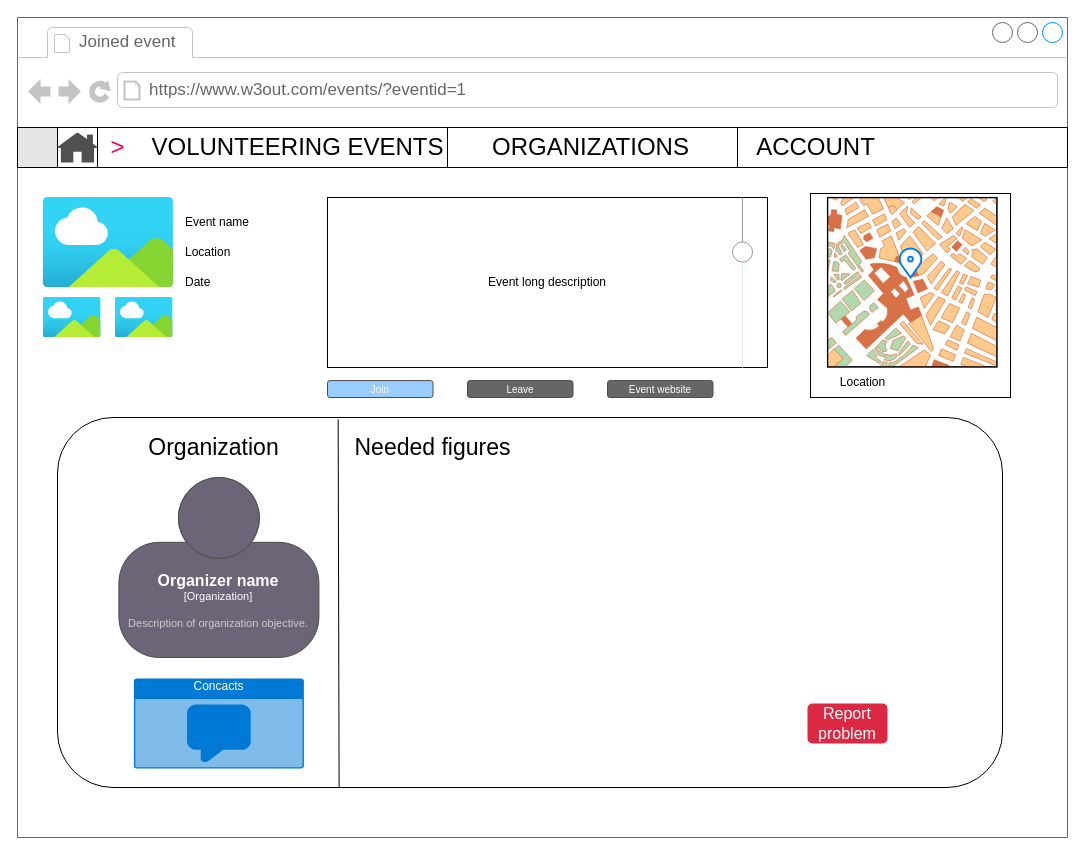
Earlier version of the draw.io diagram project/eventmockup.drawio (josura/HCI). Source tidied: cells renumbered, new cells numbered last; positions are measured from the earlier drawing's top-left corner, leaving out a move shared by most shapes. Both pictures are drawn from the tidied source at 100%, with x=0, y=0 at pixel (17, 17). Pictures stored in the file or linked from it are replaced by grey dashed boxes.
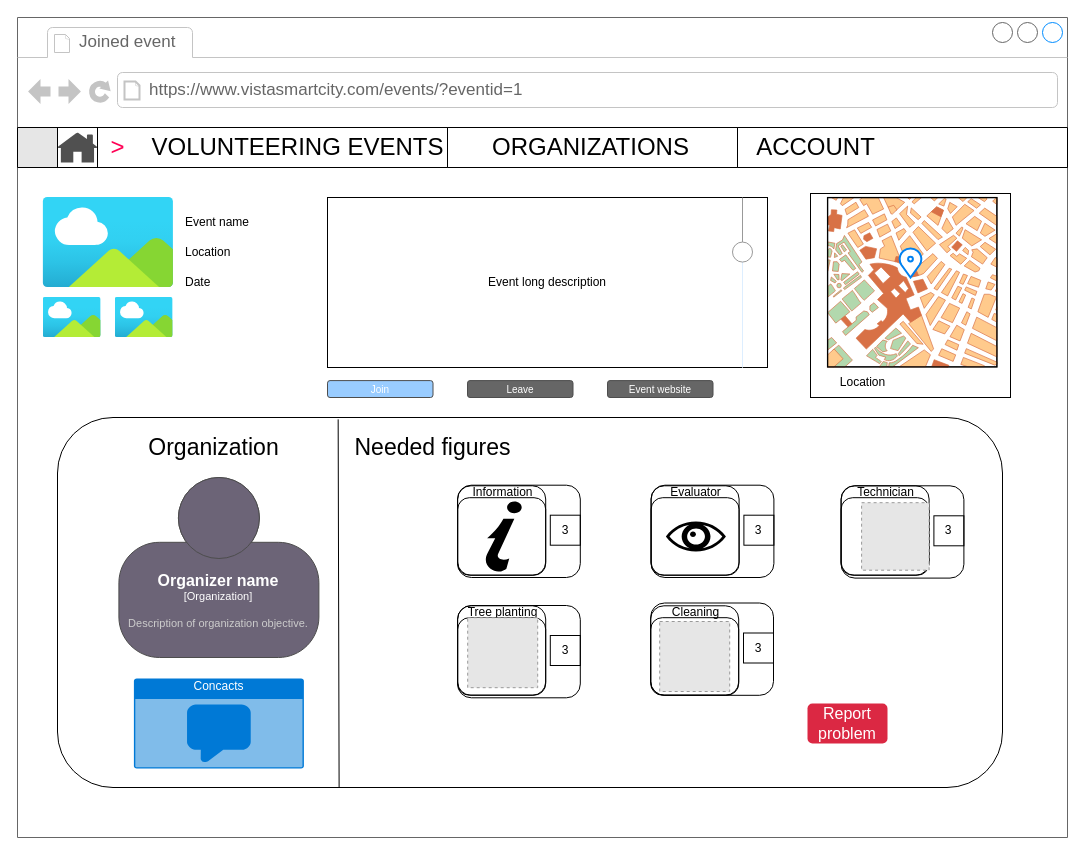
After the change.

The change refers to these unchanged cells:
```xml
<mxCell id="2" style="strokeWidth=1;shadow=0;dashed=0;align=center;html=1;shape=mxgraph.mockup.containers.browserWindow;rSize=0;strokeColor=#666666;mainText=,;rounded=0;labelBackgroundColor=none;fontFamily=Verdana;fontSize=12;" parent="1" vertex="1">
  <mxGeometry width="1050" height="820" as="geometry" />
</mxCell>
```

What changed in the source:
```diff
@@
-    <mxCell id="4" value="https://www.w3out.com/events/?eventid=1" style="strokeWidth=1;shadow=0;dashed=0;align=center;html=1;shape=mxgraph.mockup.containers.anchor;rSize=0;fontSize=17;fontColor=#666666;align=left;" parent="2" vertex="1">
+    <mxCell id="4" value="https://www.vistasmartcity.com/events/?eventid=1" style="strokeWidth=1;shadow=0;dashed=0;align=center;html=1;shape=mxgraph.mockup.containers.anchor;rSize=0;fontSize=17;fontColor=#666666;align=left;" parent="2" vertex="1">
       <mxGeometry x="130" y="60" width="250" height="26" as="geometry" />
     </mxCell>
@@
+    <mxCell id="38" style="group;" parent="2" vertex="1">
+      <mxGeometry x="440.2" y="587.7" width="94.8" height="90" as="geometry" />
+    </mxCell>
+    <mxCell id="39" style="rounded=1;whiteSpace=wrap;html=1;" parent="38" vertex="1">
+      <mxGeometry y="12.5" width="88" height="77.5" as="geometry" />
+    </mxCell>
+    <mxCell id="40" style="rounded=1;whiteSpace=wrap;html=1;fillColor=none;" parent="38" vertex="1">
+      <mxGeometry y="0.6" width="88" height="89.4" as="geometry" />
+    </mxCell>
+    <mxCell id="41" value="Tree planting" style="text;html=1;align=center;verticalAlign=middle;strokeColor=none;fillColor=none;" parent="38" vertex="1">
+      <mxGeometry x="-0.2" y="-7.7" width="90" height="30" as="geometry" />
+    </mxCell>
+    <mxCell id="42" style="fillColor=#E6E6E6;strokeColor=#999999;dashed=1;html=1;verticalAlign=top;verticalLabelPosition=bottom;labelBackgroundColor=#ffffff;" parent="38" vertex="1">
+      <mxGeometry x="10" y="12.5" width="70" height="70" as="geometry" />
+    </mxCell>
+    <mxCell id="43" style="group;" parent="2" vertex="1">
+      <mxGeometry x="633.2" y="587.7" width="94.8" height="90" as="geometry" />
+    </mxCell>
+    <mxCell id="44" style="rounded=1;whiteSpace=wrap;html=1;" parent="43" vertex="1">
+      <mxGeometry y="12.5" width="88" height="77.5" as="geometry" />
+    </mxCell>
+    <mxCell id="45" style="rounded=1;whiteSpace=wrap;html=1;fillColor=none;" parent="43" vertex="1">
+      <mxGeometry y="0.6" width="88" height="89.4" as="geometry" />
+    </mxCell>
+    <mxCell id="46" value="Cleaning" style="text;html=1;align=center;verticalAlign=middle;strokeColor=none;fillColor=none;" parent="43" vertex="1">
+      <mxGeometry x="9.8" y="-7.7" width="70" height="30" as="geometry" />
+    </mxCell>
+    <mxCell id="47" style="fillColor=#E6E6E6;strokeColor=#999999;dashed=1;html=1;verticalAlign=top;verticalLabelPosition=bottom;labelBackgroundColor=#ffffff;" parent="43" vertex="1">
+      <mxGeometry x="9" y="16.3" width="70" height="70" as="geometry" />
+    </mxCell>
+    <mxCell id="48" style="group;" parent="2" vertex="1">
+      <mxGeometry x="440.2" y="467.7" width="94.8" height="90" as="geometry" />
+    </mxCell>
+    <mxCell id="49" style="rounded=1;whiteSpace=wrap;html=1;" parent="48" vertex="1">
+      <mxGeometry y="12.5" width="88" height="77.5" as="geometry" />
+    </mxCell>
+    <mxCell id="50" style="rounded=1;whiteSpace=wrap;html=1;fillColor=none;" parent="48" vertex="1">
+      <mxGeometry y="0.6" width="88" height="89.4" as="geometry" />
+    </mxCell>
+    <mxCell id="51" value="Information" style="text;html=1;align=center;verticalAlign=middle;strokeColor=none;fillColor=none;" parent="48" vertex="1">
+      <mxGeometry x="4.8" y="-7.7" width="80" height="30" as="geometry" />
+    </mxCell>
+    <mxCell id="52" style="shape=mxgraph.signs.travel.information_2;html=1;fillColor=#000000;strokeColor=none;verticalLabelPosition=bottom;verticalAlign=top;align=center;" parent="48" vertex="1">
+      <mxGeometry x="24" y="16.3" width="40" height="70" as="geometry" />
+    </mxCell>
+    <mxCell id="53" style="group;" parent="2" vertex="1">
+      <mxGeometry x="633.6" y="467.7" width="122.8" height="92.3" as="geometry" />
+    </mxCell>
+    <mxCell id="54" style="rounded=1;whiteSpace=wrap;html=1;" parent="53" vertex="1">
+      <mxGeometry y="12.5" width="88" height="77.5" as="geometry" />
+    </mxCell>
+    <mxCell id="55" style="rounded=1;whiteSpace=wrap;html=1;fillColor=none;" parent="53" vertex="1">
+      <mxGeometry y="0.6" width="88" height="89.4" as="geometry" />
+    </mxCell>
+    <mxCell id="56" value="Evaluator" style="text;html=1;align=center;verticalAlign=middle;strokeColor=none;fillColor=none;" parent="53" vertex="1">
+      <mxGeometry x="9.8" y="-7.7" width="70" height="30" as="geometry" />
+    </mxCell>
+    <mxCell id="57" style="shape=mxgraph.signs.healthcare.eye;html=1;fillColor=#000000;strokeColor=none;verticalLabelPosition=bottom;verticalAlign=top;align=center;" parent="53" vertex="1">
+      <mxGeometry x="14.8" y="36.3" width="60" height="30" as="geometry" />
+    </mxCell>
+    <mxCell id="58" value="3" style="rounded=0;whiteSpace=wrap;html=1;fillColor=none;" parent="53" vertex="1">
+      <mxGeometry x="92.8" y="30" width="30" height="30" as="geometry" />
+    </mxCell>
+    <mxCell id="59" style="rounded=1;whiteSpace=wrap;html=1;fillColor=none;" parent="53" vertex="1">
+      <mxGeometry width="122.8" height="92.3" as="geometry" />
+    </mxCell>
+    <mxCell id="60" style="group;" parent="2" vertex="1">
+      <mxGeometry x="823.6" y="467.7" width="122.8" height="120.3" as="geometry" />
+    </mxCell>
+    <mxCell id="61" style="rounded=1;whiteSpace=wrap;html=1;" parent="60" vertex="1">
+      <mxGeometry y="12.5" width="88" height="77.5" as="geometry" />
+    </mxCell>
+    <mxCell id="62" style="rounded=1;whiteSpace=wrap;html=1;fillColor=none;" parent="60" vertex="1">
+      <mxGeometry y="0.6" width="88" height="89.4" as="geometry" />
+    </mxCell>
+    <mxCell id="63" value="Technician" style="text;html=1;align=center;verticalAlign=middle;strokeColor=none;fillColor=none;" parent="60" vertex="1">
+      <mxGeometry x="4.8" y="-7.7" width="80" height="30" as="geometry" />
+    </mxCell>
+    <mxCell id="64" style="fillColor=#E6E6E6;strokeColor=#999999;dashed=1;html=1;verticalAlign=top;verticalLabelPosition=bottom;labelBackgroundColor=#ffffff;" parent="60" vertex="1">
+      <mxGeometry x="20.5" y="17.5" width="67.5" height="67.5" as="geometry" />
+    </mxCell>
+    <mxCell id="65" value="3" style="rounded=0;whiteSpace=wrap;html=1;fillColor=none;" parent="60" vertex="1">
+      <mxGeometry x="92.8" y="30.6" width="30" height="30" as="geometry" />
+    </mxCell>
+    <mxCell id="66" style="rounded=1;whiteSpace=wrap;html=1;fillColor=none;" parent="60" vertex="1">
+      <mxGeometry y="0.6" width="122.8" height="92.3" as="geometry" />
+    </mxCell>
+    <mxCell id="67" style="rounded=1;whiteSpace=wrap;html=1;fillColor=none;" parent="2" vertex="1">
+      <mxGeometry x="440" y="467.7" width="122.8" height="92.3" as="geometry" />
+    </mxCell>
+    <mxCell id="68" value="3" style="rounded=0;whiteSpace=wrap;html=1;fillColor=none;" parent="2" vertex="1">
+      <mxGeometry x="532.8" y="497.7" width="30" height="30" as="geometry" />
+    </mxCell>
+    <mxCell id="69" value="3" style="rounded=0;whiteSpace=wrap;html=1;fillColor=none;" parent="2" vertex="1">
+      <mxGeometry x="726" y="615.5" width="30" height="30" as="geometry" />
+    </mxCell>
+    <mxCell id="70" style="rounded=1;whiteSpace=wrap;html=1;fillColor=none;" parent="2" vertex="1">
+      <mxGeometry x="633.2" y="585.5" width="122.8" height="92.3" as="geometry" />
+    </mxCell>
+    <mxCell id="71" value="3" style="rounded=0;whiteSpace=wrap;html=1;fillColor=none;" parent="2" vertex="1">
+      <mxGeometry x="532.8" y="618" width="30" height="30" as="geometry" />
+    </mxCell>
+    <mxCell id="72" style="rounded=1;whiteSpace=wrap;html=1;fillColor=none;" parent="2" vertex="1">
+      <mxGeometry x="440" y="588" width="122.8" height="92.3" as="geometry" />
+    </mxCell>
```
